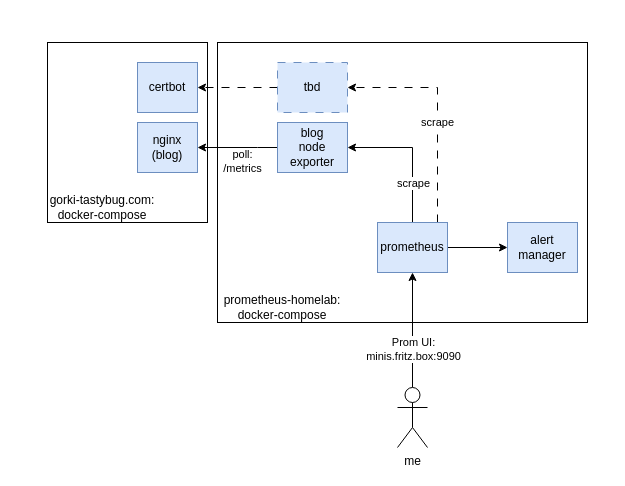
tastybug/prometheus-homelab keeps this draw.io diagram as docs/topology-overview.drawio. Above is the earlier version. Source tidied: cells renumbered, new cells numbered last; positions are measured from the earlier drawing's top-left corner, leaving out a move shared by most shapes. Both pictures are drawn from the tidied source at 100%, with x=0, y=0 at pixel (47, 42).
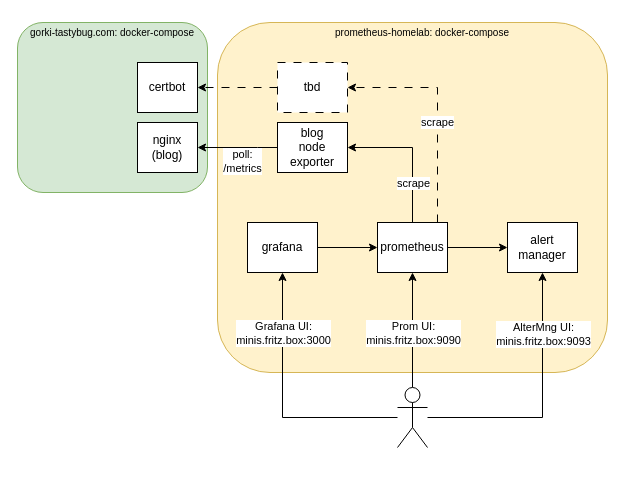
The same diagram, later.

Commit message (it also covers changes not shown here):
update topology pic

Unchanged cells that the change refers to:
```xml
<mxCell id="18" style="edgeStyle=orthogonalEdgeStyle;rounded=0;jettySize=auto;html=1;" parent="1" edge="1" source="20" target="15">
  <mxGeometry relative="1" as="geometry" />
</mxCell>
```

Diff of the diagram source:
```diff
@@
-    <mxCell id="2" style="rounded=0;whiteSpace=wrap;html=1;fillColor=none;" parent="1" vertex="1">
-      <mxGeometry x="170" width="370" height="280" as="geometry" />
+    <mxCell id="2" style="rounded=1;whiteSpace=wrap;html=1;fillColor=#fff2cc;strokeColor=#d6b656;" parent="1" vertex="1">
+      <mxGeometry x="170" y="-20" width="390" height="350" as="geometry" />
     </mxCell>
-    <mxCell id="3" style="rounded=0;whiteSpace=wrap;html=1;fillColor=none;" parent="1" vertex="1">
-      <mxGeometry width="160" height="180" as="geometry" />
+    <mxCell id="3" style="rounded=1;whiteSpace=wrap;html=1;fillColor=#d5e8d4;textShadow=1;labelBackgroundColor=none;strokeColor=#82b366;" parent="1" vertex="1">
+      <mxGeometry x="-30" y="-20" width="190" height="170" as="geometry" />
     </mxCell>
-    <mxCell id="4" value="nginx&lt;div&gt;(blog)&lt;/div&gt;" style="rounded=0;whiteSpace=wrap;html=1;fillColor=#dae8fc;strokeColor=#6c8ebf;" parent="1" vertex="1">
+    <mxCell id="4" value="nginx&lt;div&gt;(blog)&lt;/div&gt;" style="rounded=0;whiteSpace=wrap;html=1;" parent="1" vertex="1">
       <mxGeometry x="90" y="80" width="60" height="50" as="geometry" />
     </mxCell>
@@
-    <mxCell id="7" value="blog&lt;div&gt;node&lt;/div&gt;&lt;div&gt;exporter&lt;/div&gt;" style="rounded=0;whiteSpace=wrap;html=1;fillColor=#dae8fc;strokeColor=#6c8ebf;" parent="1" vertex="1">
+    <mxCell id="7" value="blog&lt;div&gt;node&lt;/div&gt;&lt;div&gt;exporter&lt;/div&gt;" style="rounded=0;whiteSpace=wrap;html=1;" parent="1" vertex="1">
       <mxGeometry x="230" y="80" width="70" height="50" as="geometry" />
     </mxCell>
-    <mxCell id="8" value="certbot" style="rounded=0;whiteSpace=wrap;html=1;fillColor=#dae8fc;strokeColor=#6c8ebf;" parent="1" vertex="1">
+    <mxCell id="8" value="certbot" style="rounded=0;whiteSpace=wrap;html=1;" parent="1" vertex="1">
       <mxGeometry x="90" y="20" width="60" height="50" as="geometry" />
     </mxCell>
-    <mxCell id="9" value="gorki-tastybug.com:&lt;div&gt;docker-compose&lt;/div&gt;" style="text;html=1;align=center;verticalAlign=middle;whiteSpace=wrap;rounded=0;" parent="1" vertex="1">
-      <mxGeometry y="150" width="110" height="30" as="geometry" />
+    <mxCell id="9" value="&lt;font style=&quot;font-size: 10px;&quot;&gt;gorki-tastybug.com:&amp;nbsp;&lt;span style=&quot;background-color: initial;&quot;&gt;docker-compose&lt;/span&gt;&lt;/font&gt;" style="text;html=1;align=center;verticalAlign=middle;whiteSpace=wrap;rounded=0;" parent="1" vertex="1">
+      <mxGeometry x="-20" y="-25" width="170" height="30" as="geometry" />
     </mxCell>
@@
-    <mxCell id="15" value="prometheus" style="rounded=0;whiteSpace=wrap;html=1;fillColor=#dae8fc;strokeColor=#6c8ebf;" parent="1" vertex="1">
+    <mxCell id="15" value="prometheus" style="rounded=0;whiteSpace=wrap;html=1;" parent="1" vertex="1">
       <mxGeometry x="330" y="180" width="70" height="50" as="geometry" />
     </mxCell>
-    <mxCell id="16" value="alert&lt;div&gt;manager&lt;/div&gt;" style="rounded=0;whiteSpace=wrap;html=1;fillColor=#dae8fc;strokeColor=#6c8ebf;" parent="1" vertex="1">
+    <mxCell id="16" value="alert&lt;div&gt;manager&lt;/div&gt;" style="rounded=0;whiteSpace=wrap;html=1;" parent="1" vertex="1">
       <mxGeometry x="460" y="180" width="70" height="50" as="geometry" />
     </mxCell>
-    <mxCell id="17" value="prometheus-homelab:&lt;div&gt;docker-compose&lt;/div&gt;" style="text;html=1;align=center;verticalAlign=middle;whiteSpace=wrap;rounded=0;" parent="1" vertex="1">
-      <mxGeometry x="170" y="250" width="130" height="30" as="geometry" />
+    <mxCell id="17" value="prometheus-homelab:&amp;nbsp;&lt;span style=&quot;background-color: initial; font-size: 10px;&quot;&gt;docker-compose&lt;/span&gt;" style="text;html=1;align=center;verticalAlign=middle;whiteSpace=wrap;rounded=0;fontSize=10;" parent="1" vertex="1">
+      <mxGeometry x="190" y="-20" width="370" height="20" as="geometry" />
     </mxCell>
@@
     <mxCell id="19" value="&lt;div&gt;Prom UI:&lt;/div&gt;minis.fritz.box:9090" style="edgeLabel;html=1;align=center;verticalAlign=middle;" parent="18" vertex="1">
-      <mxGeometry x="-0.32" relative="1" as="geometry" />
+      <mxGeometry x="-0.32" relative="1" as="geometry">
+        <mxPoint y="-16" as="offset" />
+      </mxGeometry>
     </mxCell>
+    <mxCell id="23" style="edgeStyle=orthogonalEdgeStyle;rounded=0;jettySize=auto;html=1;" parent="1" edge="1" source="20" target="28">
+      <mxGeometry relative="1" as="geometry" />
+    </mxCell>
+    <mxCell id="24" value="&lt;div&gt;Grafana UI:&lt;/div&gt;minis.fritz.box:3000" style="edgeLabel;html=1;align=center;verticalAlign=middle;" parent="23" vertex="1">
+      <mxGeometry x="0.43" relative="1" as="geometry">
+        <mxPoint y="-14" as="offset" />
+      </mxGeometry>
+    </mxCell>
+    <mxCell id="25" style="edgeStyle=orthogonalEdgeStyle;rounded=0;jettySize=auto;html=1;entryX=0.5;entryY=1;entryDx=0;entryDy=0;" parent="1" edge="1" source="20" target="16">
+      <mxGeometry relative="1" as="geometry" />
+    </mxCell>
+    <mxCell id="26" value="AlterMng UI:&lt;div&gt;minis.fritz.box:9093&lt;br&gt;&lt;/div&gt;" style="edgeLabel;html=1;align=center;verticalAlign=middle;" parent="25" vertex="1">
+      <mxGeometry x="0.56" relative="1" as="geometry">
+        <mxPoint y="4" as="offset" />
+      </mxGeometry>
+    </mxCell>
-    <mxCell id="20" value="me" style="shape=umlActor;verticalLabelPosition=bottom;verticalAlign=top;html=1;outlineConnect=0;" parent="1" vertex="1">
+    <mxCell id="20" style="shape=umlActor;verticalLabelPosition=bottom;verticalAlign=top;html=1;outlineConnect=0;" parent="1" vertex="1">
       <mxGeometry x="350" y="345" width="30" height="60" as="geometry" />
     </mxCell>
@@
-    <mxCell id="22" value="tbd" style="rounded=0;whiteSpace=wrap;html=1;fillColor=#dae8fc;strokeColor=#6c8ebf;dashed=1;dashPattern=8 8;" parent="1" vertex="1">
+    <mxCell id="22" value="tbd" style="rounded=0;whiteSpace=wrap;html=1;dashed=1;dashPattern=8 8;" parent="1" vertex="1">
       <mxGeometry x="230" y="20" width="70" height="50" as="geometry" />
     </mxCell>
+    <mxCell id="27" style="edgeStyle=orthogonalEdgeStyle;rounded=0;jettySize=auto;html=1;" parent="1" edge="1" source="28" target="15">
+      <mxGeometry relative="1" as="geometry" />
+    </mxCell>
+    <mxCell id="28" value="grafana" style="rounded=0;whiteSpace=wrap;html=1;" parent="1" vertex="1">
+      <mxGeometry x="200" y="180" width="70" height="50" as="geometry" />
+    </mxCell>
```
